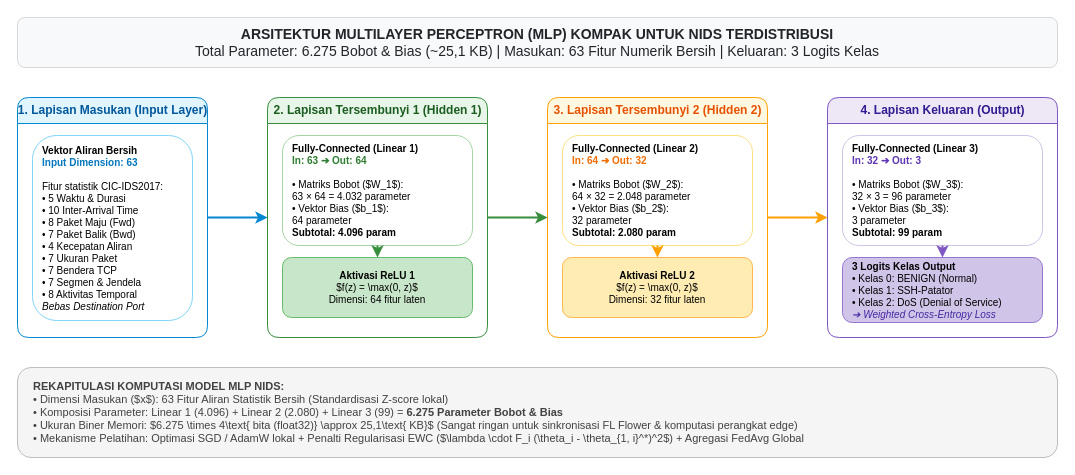
Before: Aset/arsitektur_model_mlp.drawio in rhaffle87/brief-thesis, a draw.io diagram. Source tidied: cells renumbered, new cells numbered last; positions are measured from the earlier drawing's top-left corner, leaving out a move shared by most shapes. Both pictures are drawn from the tidied source at 100%, with x=0, y=0 at pixel (17, 17).
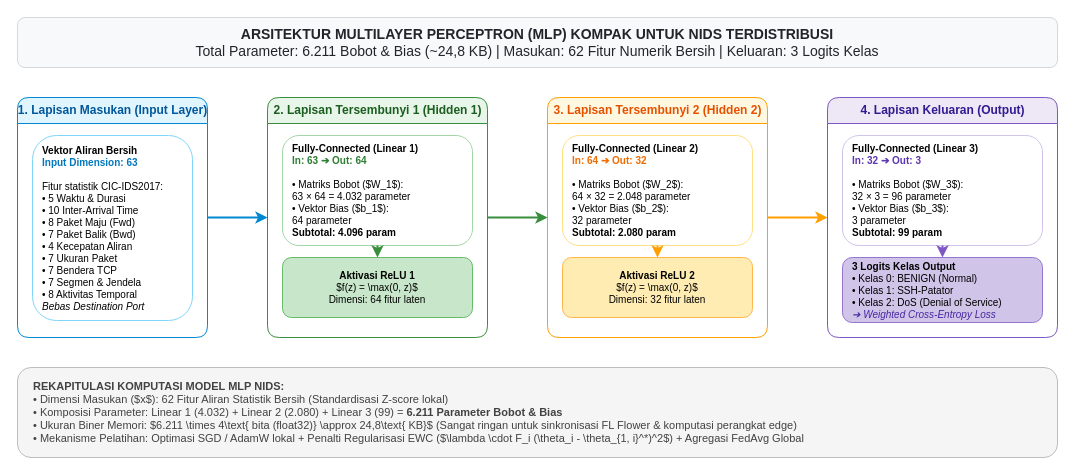
The same page after the edit.

Commit message (it also covers changes not shown here):
docs(audit): manifest artefak beku + presisi sitasi Engelen + selaraskan aset MLP ke spesifikasi 62 fitur

The edit, as a diff of the source:
```diff
@@
-    <mxCell id="2" value="&lt;b&gt;ARSITEKTUR MULTILAYER PERCEPTRON (MLP) KOMPAK UNTUK NIDS TERDISTRIBUSI&lt;/b&gt;&lt;br&gt;Total Parameter: 6.275 Bobot &amp;amp; Bias (~25,1 KB) | Masukan: 63 Fitur Numerik Bersih | Keluaran: 3 Logits Kelas" style="text;html=1;align=center;verticalAlign=middle;whiteSpace=wrap;rounded=1;fillColor=#f8f9fa;strokeColor=#d6d8db;fontSize=14;fontColor=#212529;" parent="1" vertex="1">
+    <mxCell id="2" value="&lt;b&gt;ARSITEKTUR MULTILAYER PERCEPTRON (MLP) KOMPAK UNTUK NIDS TERDISTRIBUSI&lt;/b&gt;&lt;br&gt;Total Parameter: 6.211 Bobot &amp;amp; Bias (~24,8 KB) | Masukan: 62 Fitur Numerik Bersih | Keluaran: 3 Logits Kelas" style="text;html=1;align=center;verticalAlign=middle;whiteSpace=wrap;rounded=1;fillColor=#f8f9fa;strokeColor=#d6d8db;fontSize=14;fontColor=#212529;" parent="1" vertex="1">
       <mxGeometry width="1040" height="50" as="geometry" />
     </mxCell>
@@
-    <mxCell id="20" value="&lt;b&gt;REKAPITULASI KOMPUTASI MODEL MLP NIDS:&lt;/b&gt;&lt;br&gt;• Dimensi Masukan ($x$): 63 Fitur Aliran Statistik Bersih (Standardisasi Z-score lokal)&lt;br&gt;• Komposisi Parameter: Linear 1 (4.096) + Linear 2 (2.080) + Linear 3 (99) = &lt;b&gt;6.275 Parameter Bobot &amp;amp; Bias&lt;/b&gt;&lt;br&gt;• Ukuran Biner Memori: $6.275 \times 4\text{ bita (float32)} \approx 25,1\text{ KB}$ (Sangat ringan untuk sinkronisasi FL Flower &amp;amp; komputasi perangkat edge)&lt;br&gt;• Mekanisme Pelatihan: Optimasi SGD / AdamW lokal + Penalti Regularisasi EWC ($\lambda \cdot F_i (\theta_i - \theta_{1, i}^*)^2$) + Agregasi FedAvg Global" style="rounded=1;whiteSpace=wrap;html=1;fillColor=#f5f5f5;strokeColor=#bdbdbd;fontColor=#424242;fontSize=11;align=left;spacingLeft=14;" parent="1" vertex="1">
+    <mxCell id="20" value="&lt;b&gt;REKAPITULASI KOMPUTASI MODEL MLP NIDS:&lt;/b&gt;&lt;br&gt;• Dimensi Masukan ($x$): 62 Fitur Aliran Statistik Bersih (Standardisasi Z-score lokal)&lt;br&gt;• Komposisi Parameter: Linear 1 (4.032) + Linear 2 (2.080) + Linear 3 (99) = &lt;b&gt;6.211 Parameter Bobot &amp;amp; Bias&lt;/b&gt;&lt;br&gt;• Ukuran Biner Memori: $6.211 \times 4\text{ bita (float32)} \approx 24,8\text{ KB}$ (Sangat ringan untuk sinkronisasi FL Flower &amp;amp; komputasi perangkat edge)&lt;br&gt;• Mekanisme Pelatihan: Optimasi SGD / AdamW lokal + Penalti Regularisasi EWC ($\lambda \cdot F_i (\theta_i - \theta_{1, i}^*)^2$) + Agregasi FedAvg Global" style="rounded=1;whiteSpace=wrap;html=1;fillColor=#f5f5f5;strokeColor=#bdbdbd;fontColor=#424242;fontSize=11;align=left;spacingLeft=14;" parent="1" vertex="1">
       <mxGeometry y="350" width="1040" height="90" as="geometry" />
     </mxCell>
```
